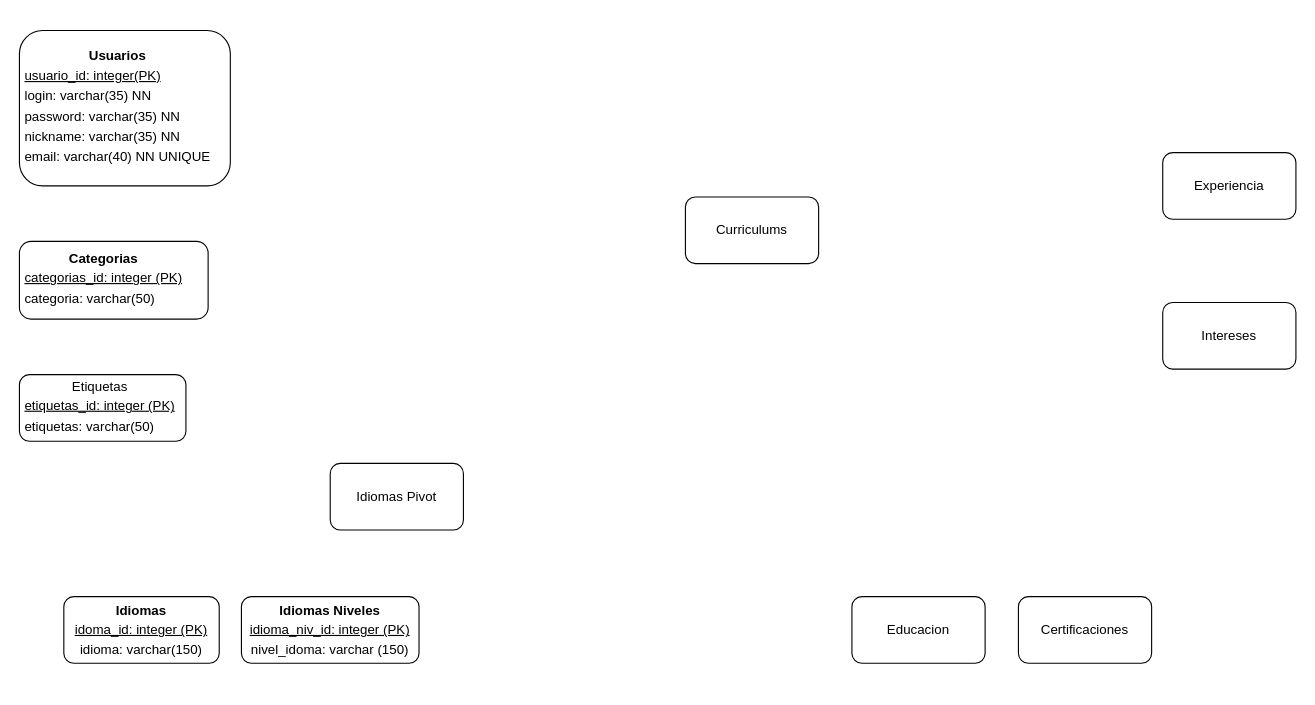
The draw.io diagram PanelaHRM Diagram.drawio in habidco/panelahrmproject, before the edit. Source tidied: cells renumbered, new cells numbered last; positions are measured from the earlier drawing's top-left corner, leaving out a move shared by most shapes. Both pictures are drawn from the tidied source at 111%, with x=0, y=0 at pixel (19, 30).
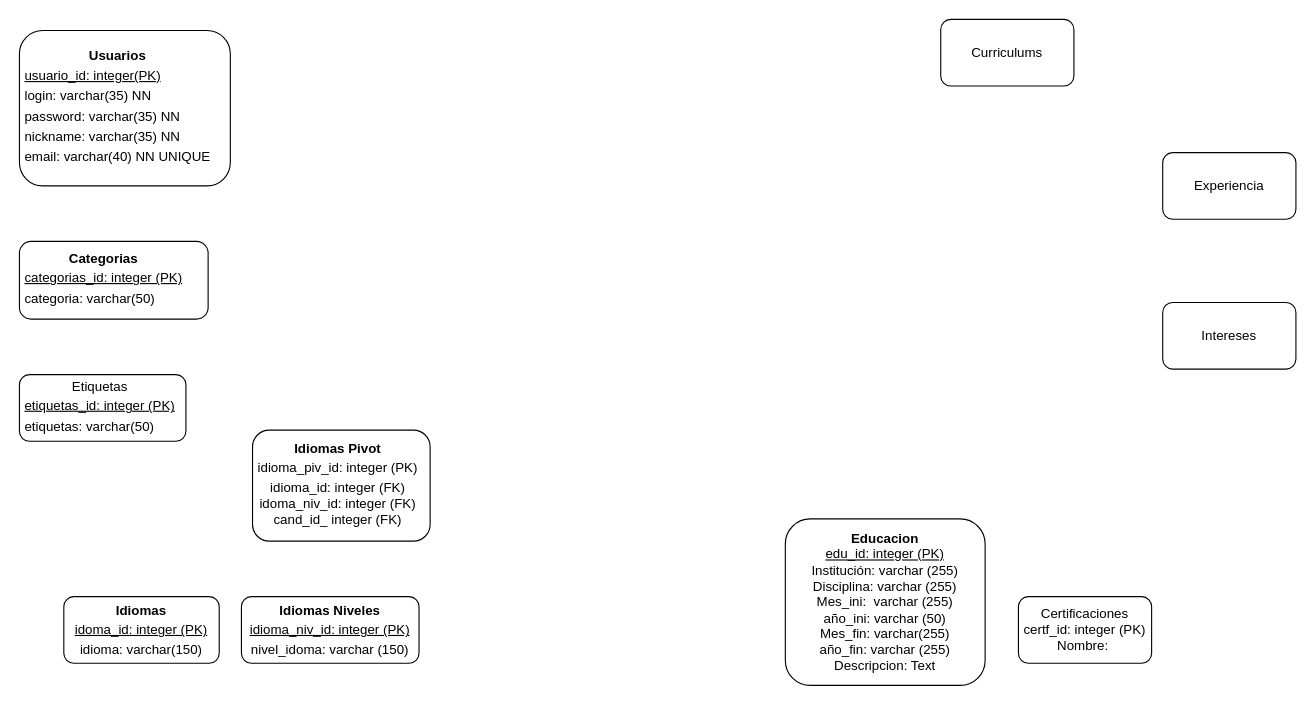
The same diagram, later.

The edit, as a diff of the source:
```diff
@@
 <mxGraphModel>
   <root>
     <mxCell id="0" />
     <mxCell id="1" parent="0" />
     <mxCell id="2" value="&lt;div style=&quot;text-align: center;&quot;&gt;&lt;b style=&quot;background-color: initial;&quot;&gt;Usuarios&lt;/b&gt;&lt;/div&gt;&lt;table&gt;&lt;tbody&gt;&lt;tr&gt;&lt;td&gt;&lt;u&gt;usuario_id: integer(PK)&lt;/u&gt;&lt;/td&gt;&lt;/tr&gt;&lt;tr&gt;&lt;td&gt;login: varchar(35) NN&lt;/td&gt;&lt;/tr&gt;&lt;tr&gt;&lt;td&gt;password: varchar(35) NN&lt;/td&gt;&lt;/tr&gt;&lt;tr&gt;&lt;td&gt;nickname: varchar(35) NN&lt;/td&gt;&lt;/tr&gt;&lt;tr&gt;&lt;td&gt;email: varchar(40) NN UNIQUE&lt;/td&gt;&lt;/tr&gt;&lt;/tbody&gt;&lt;/table&gt;" style="rounded=1;whiteSpace=wrap;html=1;align=left;" parent="1" vertex="1">
       <mxGeometry width="190" height="140" as="geometry" />
     </mxCell>
     <mxCell id="3" value="&lt;div style=&quot;text-align: center;&quot;&gt;&lt;span style=&quot;background-color: initial;&quot;&gt;&lt;b&gt;Categorias&lt;/b&gt;&lt;/span&gt;&lt;/div&gt;&lt;table style=&quot;&quot;&gt;&lt;tbody&gt;&lt;tr&gt;&lt;td&gt;&lt;u&gt;categorias_id: integer (PK)&lt;/u&gt;&lt;/td&gt;&lt;/tr&gt;&lt;tr&gt;&lt;td&gt;categoria: varchar(50)&lt;/td&gt;&lt;/tr&gt;&lt;/tbody&gt;&lt;/table&gt;" style="rounded=1;whiteSpace=wrap;html=1;align=left;" parent="1" vertex="1">
       <mxGeometry y="190" width="170" height="70" as="geometry" />
     </mxCell>
     <mxCell id="4" value="&lt;div style=&quot;text-align: center;&quot;&gt;&lt;span style=&quot;background-color: initial;&quot;&gt;Etiquetas&lt;/span&gt;&lt;/div&gt;&lt;table&gt;&lt;tbody&gt;&lt;tr&gt;&lt;td&gt;&lt;u&gt;etiquetas_id: integer (PK)&lt;/u&gt;&lt;/td&gt;&lt;/tr&gt;&lt;tr&gt;&lt;td&gt;etiquetas: varchar(50)&lt;/td&gt;&lt;/tr&gt;&lt;/tbody&gt;&lt;/table&gt;" style="rounded=1;whiteSpace=wrap;html=1;align=left;" parent="1" vertex="1">
       <mxGeometry y="310" width="150" height="60" as="geometry" />
     </mxCell>
     <mxCell id="5" value="Curriculums&lt;br&gt;" style="rounded=1;whiteSpace=wrap;html=1;" parent="1" vertex="1">
-      <mxGeometry x="600" y="150" width="120" height="60" as="geometry" />
+      <mxGeometry x="830" y="-10" width="120" height="60" as="geometry" />
     </mxCell>
-    <mxCell id="6" value="Educacion" style="rounded=1;whiteSpace=wrap;html=1;" parent="1" vertex="1">
-      <mxGeometry x="750" y="510" width="120" height="60" as="geometry" />
+    <mxCell id="6" value="&lt;b&gt;Educacion&lt;/b&gt;&lt;br&gt;&lt;u&gt;edu_id: integer (PK)&lt;br&gt;&lt;/u&gt;Institución: varchar (255)&lt;br&gt;Disciplina: varchar (255)&lt;br&gt;Mes_ini:&amp;nbsp; varchar (255)&lt;br&gt;año_ini: varchar (50)&lt;br&gt;Mes_fin: varchar(255)&lt;br&gt;año_fin: varchar (255)&lt;br&gt;Descripcion: Text" style="rounded=1;whiteSpace=wrap;html=1;" parent="1" vertex="1">
+      <mxGeometry x="690" y="440" width="180" height="150" as="geometry" />
     </mxCell>
     <mxCell id="7" value="Experiencia" style="rounded=1;whiteSpace=wrap;html=1;" parent="1" vertex="1">
       <mxGeometry x="1030" y="110" width="120" height="60" as="geometry" />
     </mxCell>
-    <mxCell id="8" value="Certificaciones" style="rounded=1;whiteSpace=wrap;html=1;" parent="1" vertex="1">
+    <mxCell id="8" value="Certificaciones&lt;br&gt;certf_id: integer (PK)&lt;br&gt;Nombre:&amp;nbsp;" style="rounded=1;whiteSpace=wrap;html=1;" parent="1" vertex="1">
       <mxGeometry x="900" y="510" width="120" height="60" as="geometry" />
     </mxCell>
     <mxCell id="9" value="&lt;b&gt;Idiomas&lt;/b&gt;&lt;br&gt;&lt;table&gt;&lt;tbody&gt;&lt;tr&gt;&lt;td&gt;&lt;u&gt;idoma_id: integer (PK)&lt;/u&gt;&lt;/td&gt;&lt;/tr&gt;&lt;/tbody&gt;&lt;/table&gt;idioma: varchar(150)" style="rounded=1;whiteSpace=wrap;html=1;" parent="1" vertex="1">
       <mxGeometry x="40" y="510" width="140" height="60" as="geometry" />
     </mxCell>
     <mxCell id="10" value="Intereses" style="rounded=1;whiteSpace=wrap;html=1;" parent="1" vertex="1">
       <mxGeometry x="1030" y="245" width="120" height="60" as="geometry" />
     </mxCell>
     <mxCell id="11" value="&lt;b&gt;Idiomas Niveles&lt;br&gt;&lt;/b&gt;&lt;table&gt;&lt;tbody&gt;&lt;tr&gt;&lt;td&gt;&lt;u&gt;idioma_niv_id: integer (PK)&lt;/u&gt;&lt;/td&gt;&lt;/tr&gt;&lt;/tbody&gt;&lt;/table&gt;nivel_idoma: varchar (150)" style="rounded=1;whiteSpace=wrap;html=1;" parent="1" vertex="1">
       <mxGeometry x="200" y="510" width="160" height="60" as="geometry" />
     </mxCell>
-    <mxCell id="12" value="Idiomas Pivot&lt;br&gt;" style="rounded=1;whiteSpace=wrap;html=1;" parent="1" vertex="1">
-      <mxGeometry x="280" y="390" width="120" height="60" as="geometry" />
+    <mxCell id="12" value="&lt;div style=&quot;text-align: center;&quot;&gt;&lt;span style=&quot;background-color: initial;&quot;&gt;&lt;b&gt;Idiomas Pivot&lt;/b&gt;&lt;/span&gt;&lt;/div&gt;&lt;table style=&quot;text-align: center;&quot;&gt;&lt;tbody&gt;&lt;tr&gt;&lt;td&gt;idioma_piv_id: integer (PK)&lt;/td&gt;&lt;/tr&gt;&lt;tr&gt;&lt;td&gt;idioma_id: integer (FK)&lt;br&gt;idoma_niv_id: integer (FK)&lt;br&gt;cand_id_ integer (FK)&lt;/td&gt;&lt;/tr&gt;&lt;/tbody&gt;&lt;/table&gt;" style="rounded=1;whiteSpace=wrap;html=1;align=left;" parent="1" vertex="1">
+      <mxGeometry x="210" y="360" width="160" height="100" as="geometry" />
     </mxCell>
   </root>
 </mxGraphModel>
```
